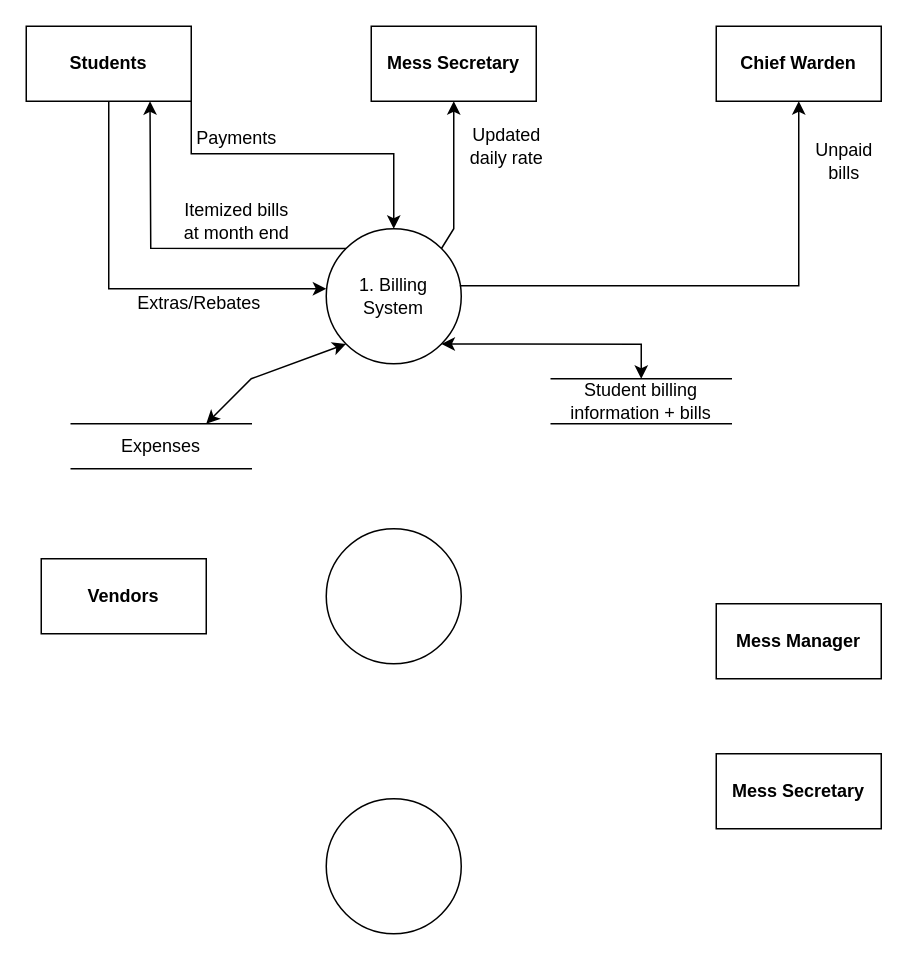
The draw.io diagram Hostel mess DFD.drawio in sakibarifin/Diagrams, before the edit. Source tidied: cells renumbered, new cells numbered last; positions are measured from the earlier drawing's top-left corner, leaving out a move shared by most shapes. Both pictures are drawn from the tidied source at 150%, with x=0, y=0 at pixel (26, 26).
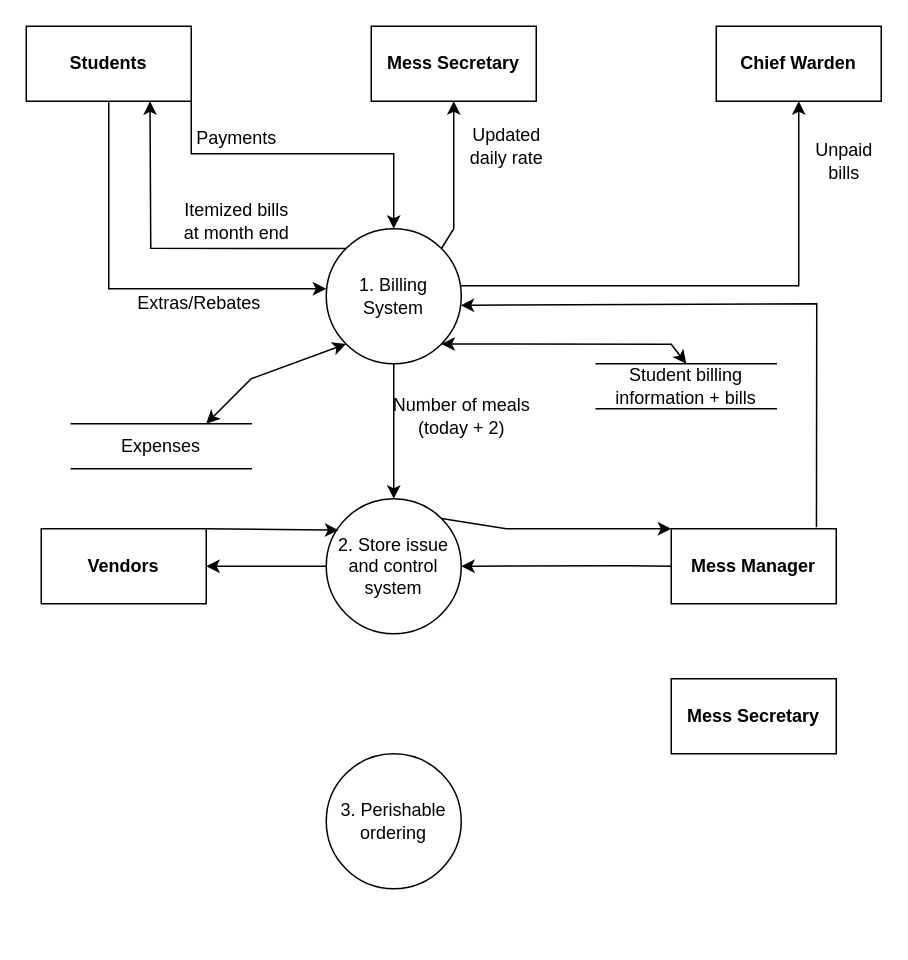
After the change.

Unchanged cells that the change refers to:
```xml
<mxCell id="5" value="1. Billing System" style="ellipse;whiteSpace=wrap;html=1;" parent="1" vertex="1">
  <mxGeometry x="200" y="135" width="90" height="90" as="geometry" />
</mxCell>
```

Diff of the diagram source:
```diff
@@
     <mxCell id="13" value="Student billing information + bills" style="shape=partialRectangle;whiteSpace=wrap;html=1;left=0;right=0;fillColor=none;" parent="1" vertex="1">
-      <mxGeometry x="350" y="235" width="120" height="30" as="geometry" />
+      <mxGeometry x="380" y="225" width="120" height="30" as="geometry" />
     </mxCell>
     <mxCell id="14" style="endArrow=classic;startArrow=classic;html=1;rounded=0;exitX=1;exitY=1;exitDx=0;exitDy=0;entryX=0.5;entryY=0;entryDx=0;entryDy=0;" parent="1" edge="1" source="5" target="13">
       <mxGeometry relative="1" as="geometry">
         <Array as="points">
-          <mxPoint x="410" y="212" />
+          <mxPoint x="430" y="212" />
         </Array>
       </mxGeometry>
     </mxCell>
@@
-    <mxCell id="16" style="ellipse;whiteSpace=wrap;html=1;" parent="1" vertex="1">
-      <mxGeometry x="200" y="335" width="90" height="90" as="geometry" />
+    <mxCell id="16" value="2. Store issue and control system" style="ellipse;whiteSpace=wrap;html=1;" parent="1" vertex="1">
+      <mxGeometry x="200" y="315" width="90" height="90" as="geometry" />
     </mxCell>
@@
     <mxCell id="21" value="Vendors" style="rounded=0;whiteSpace=wrap;html=1;fontStyle=1;" parent="1" vertex="1">
-      <mxGeometry x="10" y="355" width="110" height="50" as="geometry" />
+      <mxGeometry x="10" y="335" width="110" height="50" as="geometry" />
     </mxCell>
     <mxCell id="22" value="Mess Manager" style="rounded=0;whiteSpace=wrap;html=1;fontStyle=1;" parent="1" vertex="1">
-      <mxGeometry x="460" y="385" width="110" height="50" as="geometry" />
+      <mxGeometry x="430" y="335" width="110" height="50" as="geometry" />
     </mxCell>
     <mxCell id="23" value="Mess Secretary" style="rounded=0;whiteSpace=wrap;html=1;fontStyle=1;" parent="1" vertex="1">
-      <mxGeometry x="460" y="485" width="110" height="50" as="geometry" />
+      <mxGeometry x="430" y="435" width="110" height="50" as="geometry" />
     </mxCell>
-    <mxCell id="24" style="ellipse;whiteSpace=wrap;html=1;" parent="1" vertex="1">
-      <mxGeometry x="200" y="515" width="90" height="90" as="geometry" />
+    <mxCell id="24" value="3. Perishable ordering" style="ellipse;whiteSpace=wrap;html=1;" parent="1" vertex="1">
+      <mxGeometry x="200" y="485" width="90" height="90" as="geometry" />
     </mxCell>
+    <mxCell id="25" style="endArrow=classic;html=1;rounded=0;entryX=0.5;entryY=0;entryDx=0;entryDy=0;exitX=0.5;exitY=1;exitDx=0;exitDy=0;" parent="1" edge="1" source="5" target="16">
+      <mxGeometry relative="1" as="geometry" />
+    </mxCell>
+    <mxCell id="26" style="endArrow=classic;html=1;rounded=0;exitX=1;exitY=0;exitDx=0;exitDy=0;entryX=0.09;entryY=0.233;entryDx=0;entryDy=0;entryPerimeter=0;" parent="1" edge="1" source="21" target="16">
+      <mxGeometry relative="1" as="geometry" />
+    </mxCell>
+    <mxCell id="27" style="endArrow=classic;html=1;rounded=0;entryX=1;entryY=0.5;entryDx=0;entryDy=0;exitX=0;exitY=0.5;exitDx=0;exitDy=0;" parent="1" edge="1" source="16" target="21">
+      <mxGeometry relative="1" as="geometry" />
+    </mxCell>
+    <mxCell id="28" style="endArrow=classic;html=1;rounded=0;entryX=0;entryY=0;entryDx=0;entryDy=0;exitX=1;exitY=0;exitDx=0;exitDy=0;" parent="1" edge="1" source="16" target="22">
+      <mxGeometry relative="1" as="geometry">
+        <Array as="points">
+          <mxPoint x="320" y="335" />
+        </Array>
+      </mxGeometry>
+    </mxCell>
+    <mxCell id="29" style="endArrow=classic;html=1;rounded=0;exitX=0;exitY=0.5;exitDx=0;exitDy=0;" parent="1" edge="1" source="22">
+      <mxGeometry relative="1" as="geometry">
+        <mxPoint x="290" y="360" as="targetPoint" />
+        <Array as="points">
+          <mxPoint x="400" y="359.7" />
+        </Array>
+      </mxGeometry>
+    </mxCell>
+    <mxCell id="30" value="Number of meals &lt;br&gt;(today + 2)" style="text;html=1;align=center;verticalAlign=middle;strokeColor=none;fillColor=none;" parent="1" vertex="1">
+      <mxGeometry x="240" y="245" width="100" height="30" as="geometry" />
+    </mxCell>
+    <mxCell id="31" style="endArrow=classic;html=1;rounded=0;exitX=0.88;exitY=-0.021;exitDx=0;exitDy=0;exitPerimeter=0;entryX=0.996;entryY=0.567;entryDx=0;entryDy=0;entryPerimeter=0;" parent="1" edge="1" source="22" target="5">
+      <mxGeometry relative="1" as="geometry">
+        <Array as="points">
+          <mxPoint x="527" y="185" />
+        </Array>
+      </mxGeometry>
+    </mxCell>
```
